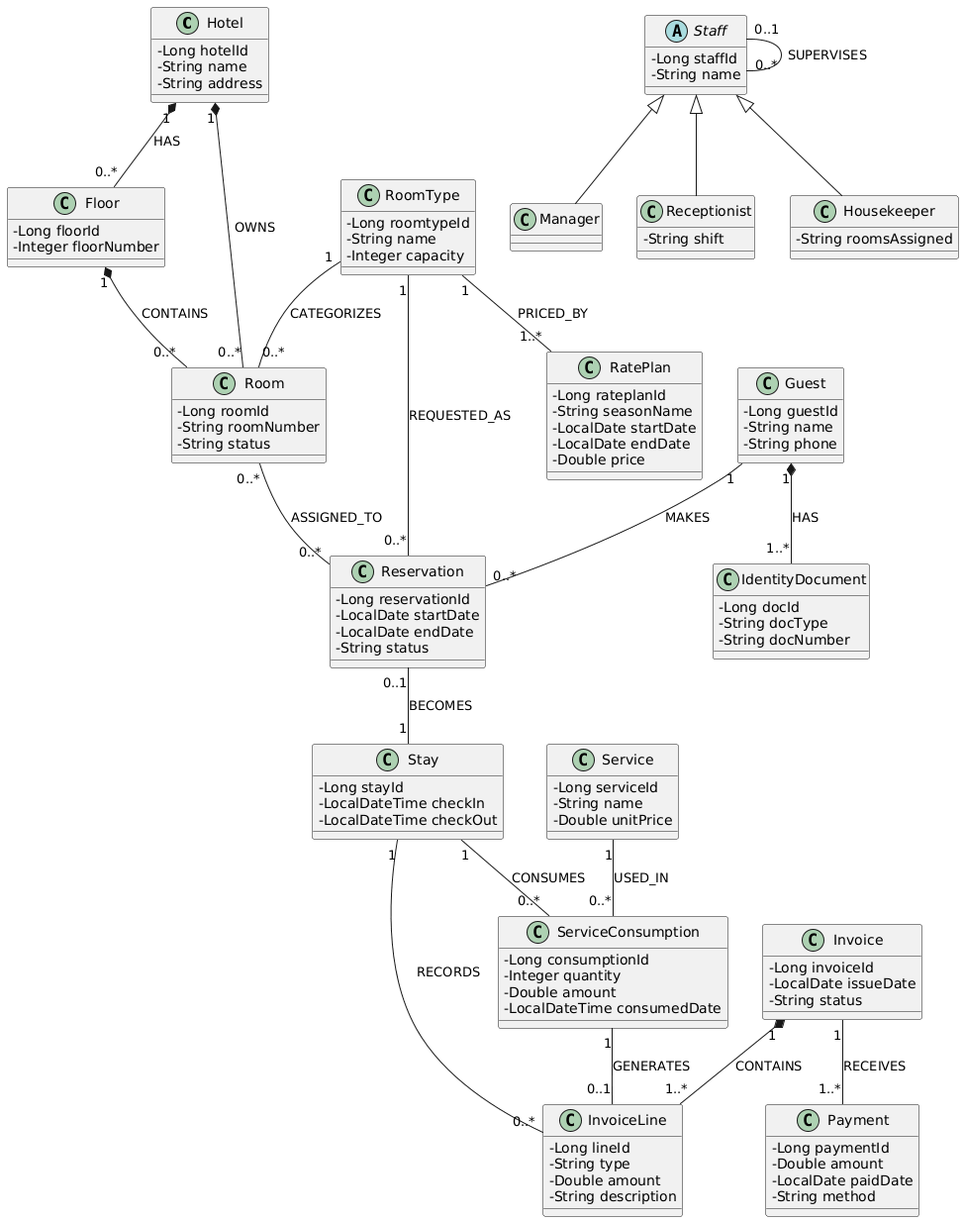
Earlier version of the PlantUML export docs/uml_diagram.png (LFrank07/HOTEL-MANAGEMENT). The source it was exported from:
```plantuml
@startuml
skinparam classAttributeIconSize 0

class Hotel {
  - Long hotelId
  - String name
  - String address
}

class Floor {
  - Long floorId
  - Integer floorNumber
}

class RoomType {
  - Long roomtypeId
  - String name
  - Integer capacity
}

class RatePlan {
  - Long rateplanId
  - String seasonName
  - LocalDate startDate
  - LocalDate endDate
  - Double price
}

class Room {
  - Long roomId
  - String roomNumber
  - String status
}

class Guest {
  - Long guestId
  - String name
  - String phone
}

class IdentityDocument {
  - Long docId
  - String docType
  - String docNumber
}

class Reservation {
  - Long reservationId
  - LocalDate startDate
  - LocalDate endDate
  - String status
}

class Stay {
  - Long stayId
  - LocalDateTime checkIn
  - LocalDateTime checkOut
}

class Service {
  - Long serviceId
  - String name
  - Double unitPrice
}

class ServiceConsumption {
  - Long consumptionId
  - Integer quantity
  - Double amount
  - LocalDateTime consumedDate
}

class Invoice {
  - Long invoiceId
  - LocalDate issueDate
  - String status
}

class InvoiceLine {
  - Long lineId
  - String type
  - Double amount
  - String description
}

class Payment {
  - Long paymentId
  - Double amount
  - LocalDate paidDate
  - String method
}

abstract class Staff {
  - Long staffId
  - String name
}

class Manager {
}

class Receptionist {
  - String shift
}

class Housekeeper {
  - String roomsAssigned
}

Hotel "1" *-- "0..*" Floor : HAS
Floor "1" *-- "0..*" Room : CONTAINS
Hotel "1" *-- "0..*" Room : OWNS
RoomType "1" -- "0..*" Room : CATEGORIZES
RoomType "1" -- "1..*" RatePlan : PRICED_BY

Guest "1" *-- "1..*" IdentityDocument : HAS
Guest "1" -- "0..*" Reservation : MAKES
Reservation "0..1" -- "1" Stay : BECOMES
Room "0..*" -- "0..*" Reservation : ASSIGNED_TO
RoomType "1" -- "0..*" Reservation : REQUESTED_AS

Stay "1" -- "0..*" ServiceConsumption : CONSUMES
Service "1" -- "0..*" ServiceConsumption : USED_IN

Stay "1" -- "0..*" InvoiceLine : RECORDS
ServiceConsumption "1" -- "0..1" InvoiceLine : GENERATES
Invoice "1" *-- "1..*" InvoiceLine : CONTAINS
Invoice "1" -- "1..*" Payment : RECEIVES

Staff <|-- Manager
Staff <|-- Receptionist
Staff <|-- Housekeeper
Staff "0..1" -- "0..*" Staff : SUPERVISES
@enduml
```
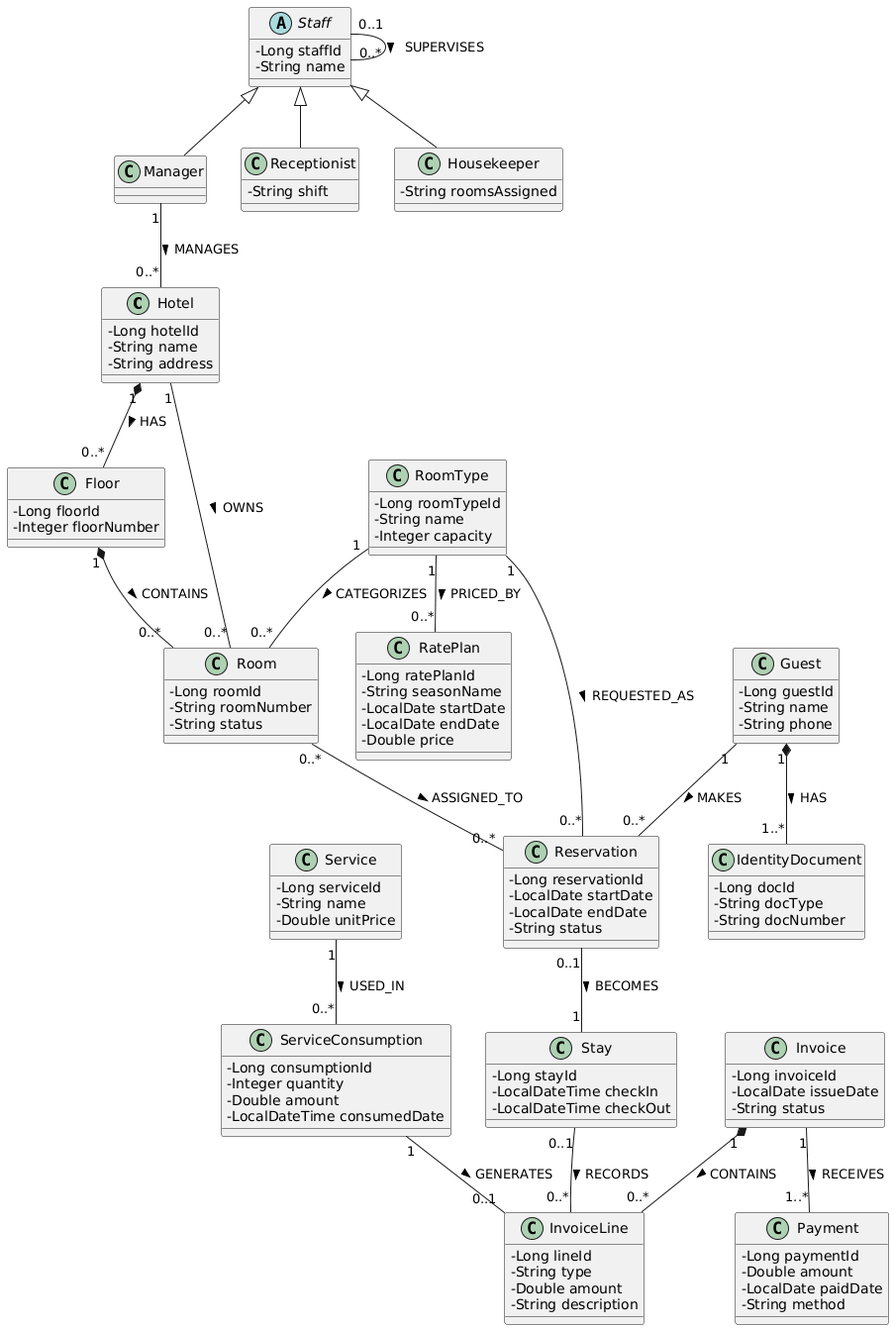
Above is the later version.

Commit message:
Creating class Reservation (in process) and change readme a little bit

Diff of the diagram source:
```diff
@@ -2,132 +2,130 @@
 skinparam classAttributeIconSize 0
 
 class Hotel {
-  - Long hotelId
-  - String name
-  - String address
+    -Long hotelId
+    -String name
+    -String address
 }
 
 class Floor {
-  - Long floorId
-  - Integer floorNumber
+    -Long floorId
+    -Integer floorNumber
+}
+
+class Room {
+    -Long roomId
+    -String roomNumber
+    -String status
 }
 
 class RoomType {
-  - Long roomtypeId
-  - String name
-  - Integer capacity
+    -Long roomTypeId
+    -String name
+    -Integer capacity
 }
 
 class RatePlan {
-  - Long rateplanId
-  - String seasonName
-  - LocalDate startDate
-  - LocalDate endDate
-  - Double price
-}
-
-class Room {
-  - Long roomId
-  - String roomNumber
-  - String status
+    -Long ratePlanId
+    -String seasonName
+    -LocalDate startDate
+    -LocalDate endDate
+    -Double price
 }
 
 class Guest {
-  - Long guestId
-  - String name
-  - String phone
+    -Long guestId
+    -String name
+    -String phone
 }
 
 class IdentityDocument {
-  - Long docId
-  - String docType
-  - String docNumber
+    -Long docId
+    -String docType
+    -String docNumber
 }
 
 class Reservation {
-  - Long reservationId
-  - LocalDate startDate
-  - LocalDate endDate
-  - String status
+    -Long reservationId
+    -LocalDate startDate
+    -LocalDate endDate
+    -String status
 }
 
 class Stay {
-  - Long stayId
-  - LocalDateTime checkIn
-  - LocalDateTime checkOut
+    -Long stayId
+    -LocalDateTime checkIn
+    -LocalDateTime checkOut
 }
 
 class Service {
-  - Long serviceId
-  - String name
-  - Double unitPrice
+    -Long serviceId
+    -String name
+    -Double unitPrice
 }
 
 class ServiceConsumption {
-  - Long consumptionId
-  - Integer quantity
-  - Double amount
-  - LocalDateTime consumedDate
+    -Long consumptionId
+    -Integer quantity
+    -Double amount
+    -LocalDateTime consumedDate
 }
 
 class Invoice {
-  - Long invoiceId
-  - LocalDate issueDate
-  - String status
+    -Long invoiceId
+    -LocalDate issueDate
+    -String status
 }
 
 class InvoiceLine {
-  - Long lineId
-  - String type
-  - Double amount
-  - String description
+    -Long lineId
+    -String type
+    -Double amount
+    -String description
 }
 
 class Payment {
-  - Long paymentId
-  - Double amount
-  - LocalDate paidDate
-  - String method
+    -Long paymentId
+    -Double amount
+    -LocalDate paidDate
+    -String method
 }
 
 abstract class Staff {
-  - Long staffId
-  - String name
+    -Long staffId
+    -String name
 }
 
-class Manager {
+class Manager extends Staff
+class Receptionist extends Staff {
+    -String shift
+}
+class Housekeeper extends Staff {
+    -String roomsAssigned
 }
 
-class Receptionist {
-  - String shift
-}
 
-class Housekeeper {
-  - String roomsAssigned
-}
+Hotel "1" *-- "0..*" Floor : HAS >
+Hotel "1" -- "0..*" Room : OWNS >
+Manager "1" -- "0..*" Hotel : MANAGES >
 
-Hotel "1" *-- "0..*" Floor : HAS
-Floor "1" *-- "0..*" Room : CONTAINS
-Hotel "1" *-- "0..*" Room : OWNS
-RoomType "1" -- "0..*" Room : CATEGORIZES
-RoomType "1" -- "1..*" RatePlan : PRICED_BY
+Floor "1" *-- "0..*" Room : CONTAINS >
+RoomType "1" -- "0..*" Room : CATEGORIZES >
+RoomType "1" -- "0..*" RatePlan : PRICED_BY >
 
-Guest "1" *-- "1..*" IdentityDocument : HAS
-Guest "1" -- "0..*" Reservation : MAKES
-Reservation "0..1" -- "1" Stay : BECOMES
-Room "0..*" -- "0..*" Reservation : ASSIGNED_TO
-RoomType "1" -- "0..*" Reservation : REQUESTED_AS
+Room "0..*" -- "0..*" Reservation : ASSIGNED_TO >
+RoomType "1" -- "0..*" Reservation : REQUESTED_AS >
 
-Stay "1" -- "0..*" ServiceConsumption : CONSUMES
-Service "1" -- "0..*" ServiceConsumption : USED_IN
+Guest "1" -- "0..*" Reservation : MAKES >
+Guest "1" *-- "1..*" IdentityDocument : HAS >
 
-Stay "1" -- "0..*" InvoiceLine : RECORDS
-ServiceConsumption "1" -- "0..1" InvoiceLine : GENERATES
-Invoice "1" *-- "1..*" InvoiceLine : CONTAINS
-Invoice "1" -- "1..*" Payment : RECEIVES
+Reservation "0..1" -- "1" Stay : BECOMES >
 
-Staff <|-- Manager
-Staff <|-- Receptionist
-Staff <|-- Housekeeper
-Staff "0..1" -- "0..*" Staff : SUPERVISES
+Service "1" -- "0..*" ServiceConsumption : USED_IN >
+ServiceConsumption "1" -- "0..1" InvoiceLine : GENERATES >
+
+Stay "0..1" -- "0..*" InvoiceLine : RECORDS >
+Invoice "1" *-- "0..*" InvoiceLine : CONTAINS >
+Invoice "1" -- "1..*" Payment : RECEIVES >
+
+Staff "0..1" -- "0..*" Staff : SUPERVISES >
 @enduml
```
